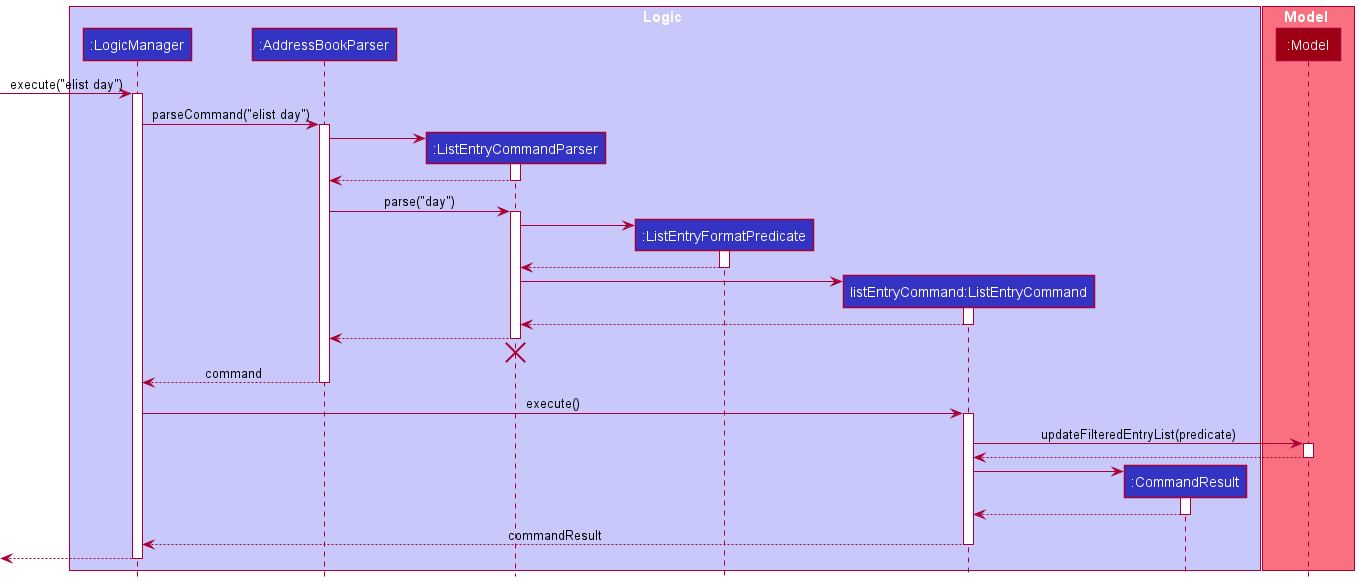
This is docs/images/ListEntrySequenceDiagram.png from nus-cs2103-AY2021S2/tp, a PlantUML export, as it was before one commit. The source it was exported from:
```plantuml
@startuml
!include style.puml

box Logic LOGIC_COLOR_T1
participant ":LogicManager" as LogicManager LOGIC_COLOR
participant ":AddressBookParser" as AddressBookParser LOGIC_COLOR
participant ":ListEntryCommandParser" as ListEntryCommandParser LOGIC_COLOR
participant ":ListEntryFormatPredicate" as ListEntryFormatPredicate LOGIC_COLOR
participant "listEntryCommand:ListEntryCommand" as ListEntryCommand LOGIC_COLOR
participant ":CommandResult" as CommandResult LOGIC_COLOR
end box

box Model MODEL_COLOR_T1
participant ":Model" as Model MODEL_COLOR
end box

[-> LogicManager : execute("elist day")
activate LogicManager

LogicManager -> AddressBookParser : parseCommand("elist day")
activate AddressBookParser

create ListEntryCommandParser
AddressBookParser -> ListEntryCommandParser
activate ListEntryCommandParser

ListEntryCommandParser --> AddressBookParser
deactivate ListEntryCommandParser

AddressBookParser -> ListEntryCommandParser : parse("day")
activate ListEntryCommandParser

create ListEntryFormatPredicate
ListEntryCommandParser -> ListEntryFormatPredicate
activate ListEntryFormatPredicate

ListEntryFormatPredicate --> ListEntryCommandParser
deactivate ListEntryFormatPredicate

create ListEntryCommand
ListEntryCommandParser -> ListEntryCommand
activate ListEntryCommand

ListEntryCommand --> ListEntryCommandParser
deactivate ListEntryCommand

ListEntryCommandParser --> AddressBookParser
deactivate ListEntryCommandParser
ListEntryCommandParser -[hidden]-> AddressBookParser
destroy ListEntryCommandParser

AddressBookParser --> LogicManager : command
deactivate AddressBookParser

LogicManager -> ListEntryCommand : execute()
activate ListEntryCommand

ListEntryCommand -> Model : updateFilteredEntryList(predicate)
activate Model

Model --> ListEntryCommand
deactivate Model

create CommandResult
ListEntryCommand -> CommandResult
activate CommandResult

CommandResult --> ListEntryCommand
deactivate CommandResult

ListEntryCommand --> LogicManager : commandResult
deactivate ListEntryCommand

[<--LogicManager
deactivate LogicManager
@enduml
```
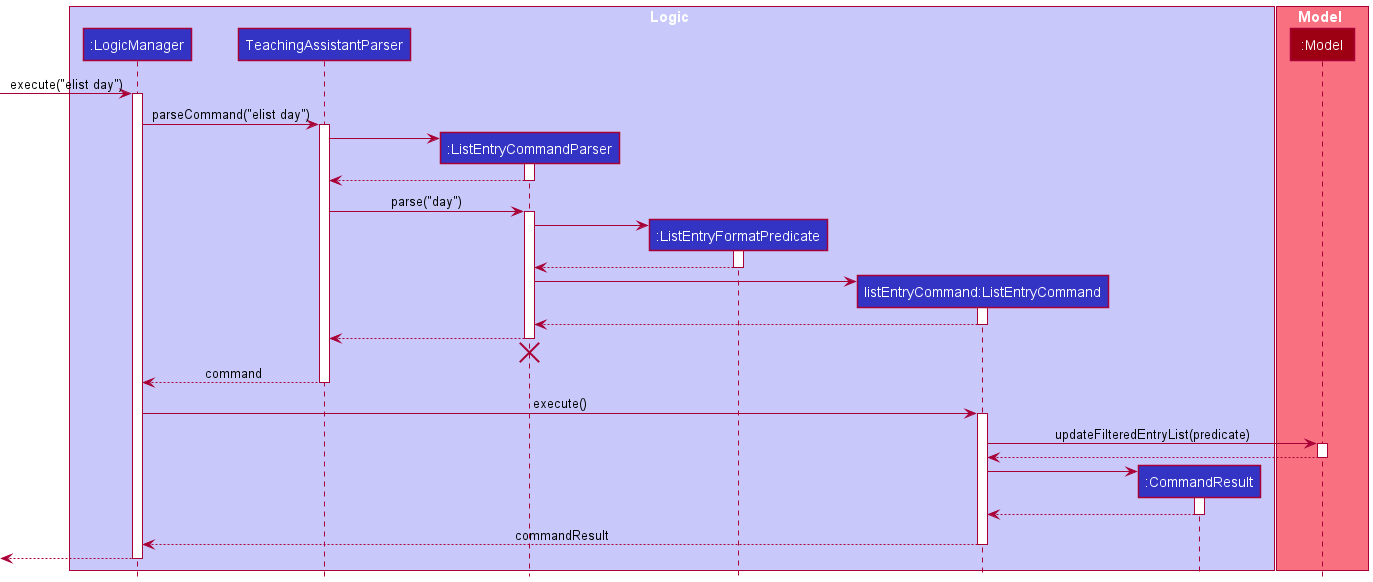
The same diagram one commit later.

Change to the diagram source:
```diff
@@ -3,7 +3,7 @@
 
 box Logic LOGIC_COLOR_T1
 participant ":LogicManager" as LogicManager LOGIC_COLOR
-participant ":AddressBookParser" as AddressBookParser LOGIC_COLOR
+participant TeachingAssistantParser as TeachingAssistantParser LOGIC_COLOR
 participant ":ListEntryCommandParser" as ListEntryCommandParser LOGIC_COLOR
 participant ":ListEntryFormatPredicate" as ListEntryFormatPredicate LOGIC_COLOR
 participant "listEntryCommand:ListEntryCommand" as ListEntryCommand LOGIC_COLOR
@@ -17,17 +17,17 @@
 [-> LogicManager : execute("elist day")
 activate LogicManager
 
-LogicManager -> AddressBookParser : parseCommand("elist day")
-activate AddressBookParser
+LogicManager -> TeachingAssistantParser : parseCommand("elist day")
+activate TeachingAssistantParser
 
 create ListEntryCommandParser
-AddressBookParser -> ListEntryCommandParser
+TeachingAssistantParser -> ListEntryCommandParser
 activate ListEntryCommandParser
 
-ListEntryCommandParser --> AddressBookParser
+ListEntryCommandParser --> TeachingAssistantParser
 deactivate ListEntryCommandParser
 
-AddressBookParser -> ListEntryCommandParser : parse("day")
+TeachingAssistantParser -> ListEntryCommandParser : parse("day")
 activate ListEntryCommandParser
 
 create ListEntryFormatPredicate
@@ -44,13 +44,13 @@
 ListEntryCommand --> ListEntryCommandParser
 deactivate ListEntryCommand
 
-ListEntryCommandParser --> AddressBookParser
+ListEntryCommandParser --> TeachingAssistantParser
 deactivate ListEntryCommandParser
-ListEntryCommandParser -[hidden]-> AddressBookParser
+ListEntryCommandParser -[hidden]-> TeachingAssistantParser
 destroy ListEntryCommandParser
 
-AddressBookParser --> LogicManager : command
-deactivate AddressBookParser
+TeachingAssistantParser --> LogicManager : command
+deactivate TeachingAssistantParser
 
 LogicManager -> ListEntryCommand : execute()
 activate ListEntryCommand
```
